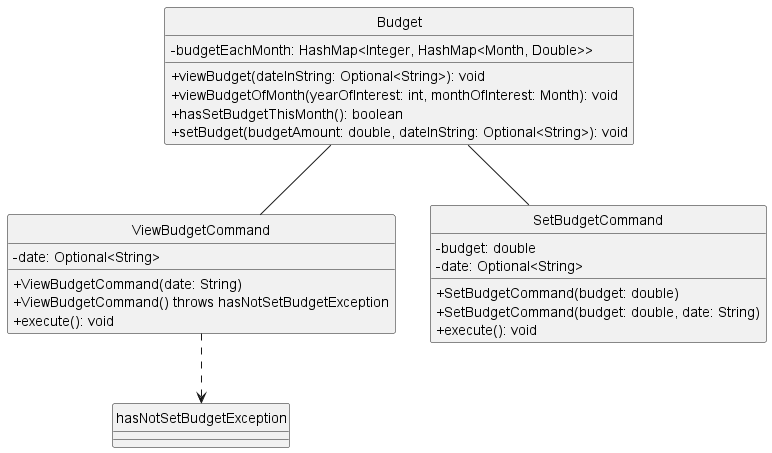
Earlier version of the PlantUML export docs/images/BudgetClassUML.png (nus-cs2113-AY2223S2/tp).
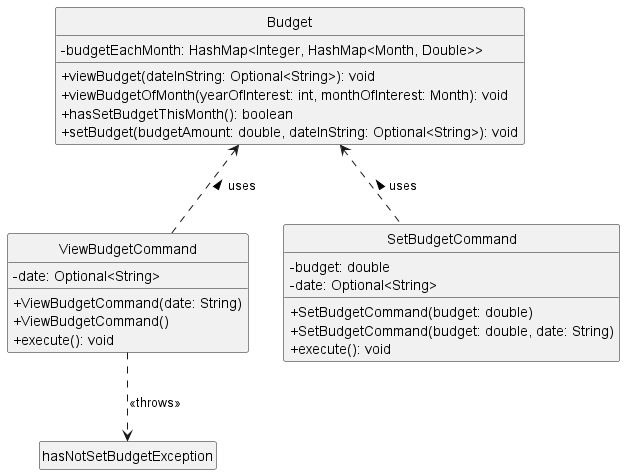
Later version of the same file.

Commit message:
edited budget class diagram

Diff of the diagram source:
```diff
@@ -1,6 +1,7 @@
 @startuml
 skinparam classAttributeIconSize 0
 hide circle
+hide empty members
 
 class Budget {
   - budgetEachMonth: HashMap<Integer, HashMap<Month, Double>>
@@ -13,7 +14,7 @@
 class ViewBudgetCommand {
   - date: Optional<String>
   + ViewBudgetCommand(date: String)
-  + ViewBudgetCommand() throws hasNotSetBudgetException
+  + ViewBudgetCommand()
   + execute(): void
 }
 
@@ -28,7 +29,7 @@
 class hasNotSetBudgetException {
 }
 
-Budget -- ViewBudgetCommand
-Budget -- SetBudgetCommand
-ViewBudgetCommand ..> hasNotSetBudgetException
+Budget <.. ViewBudgetCommand: uses <
+Budget <.. SetBudgetCommand: uses <
+ViewBudgetCommand ..> hasNotSetBudgetException: <<throws>>
 @enduml
```
